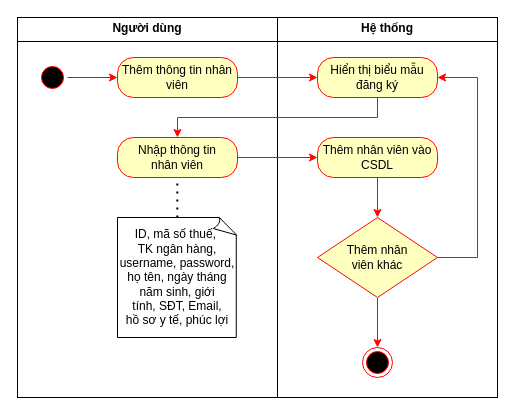
This is Sơ đồ hoạt động UC thêm thông tin nhân viên.drawio from HaojackYT/DAA_SA, a draw.io file, before an edit. Source tidied: cells renumbered, new cells numbered last; positions are measured from the earlier drawing's top-left corner, leaving out a move shared by most shapes. Both pictures are drawn from the tidied source at 100%, with x=0, y=0 at pixel (17, 17).
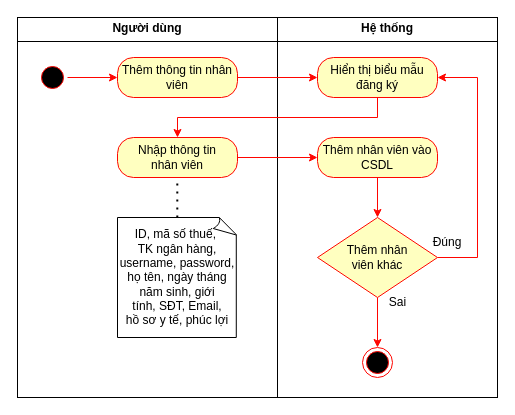
After the change.

What changed in the source:
```diff
@@
+    <mxCell id="20" value="Đúng" style="text;html=1;align=center;verticalAlign=middle;whiteSpace=wrap;rounded=0;fontFamily=Helvetica;fontSize=12;fontColor=#000000;" parent="1" vertex="1">
+      <mxGeometry x="400" y="210" width="60" height="30" as="geometry" />
+    </mxCell>
+    <mxCell id="21" value="Sai" style="text;html=1;align=center;verticalAlign=middle;strokeColor=none;fillColor=none;" parent="1" vertex="1">
+      <mxGeometry x="360" y="270" width="40" height="30" as="geometry" />
+    </mxCell>
```
